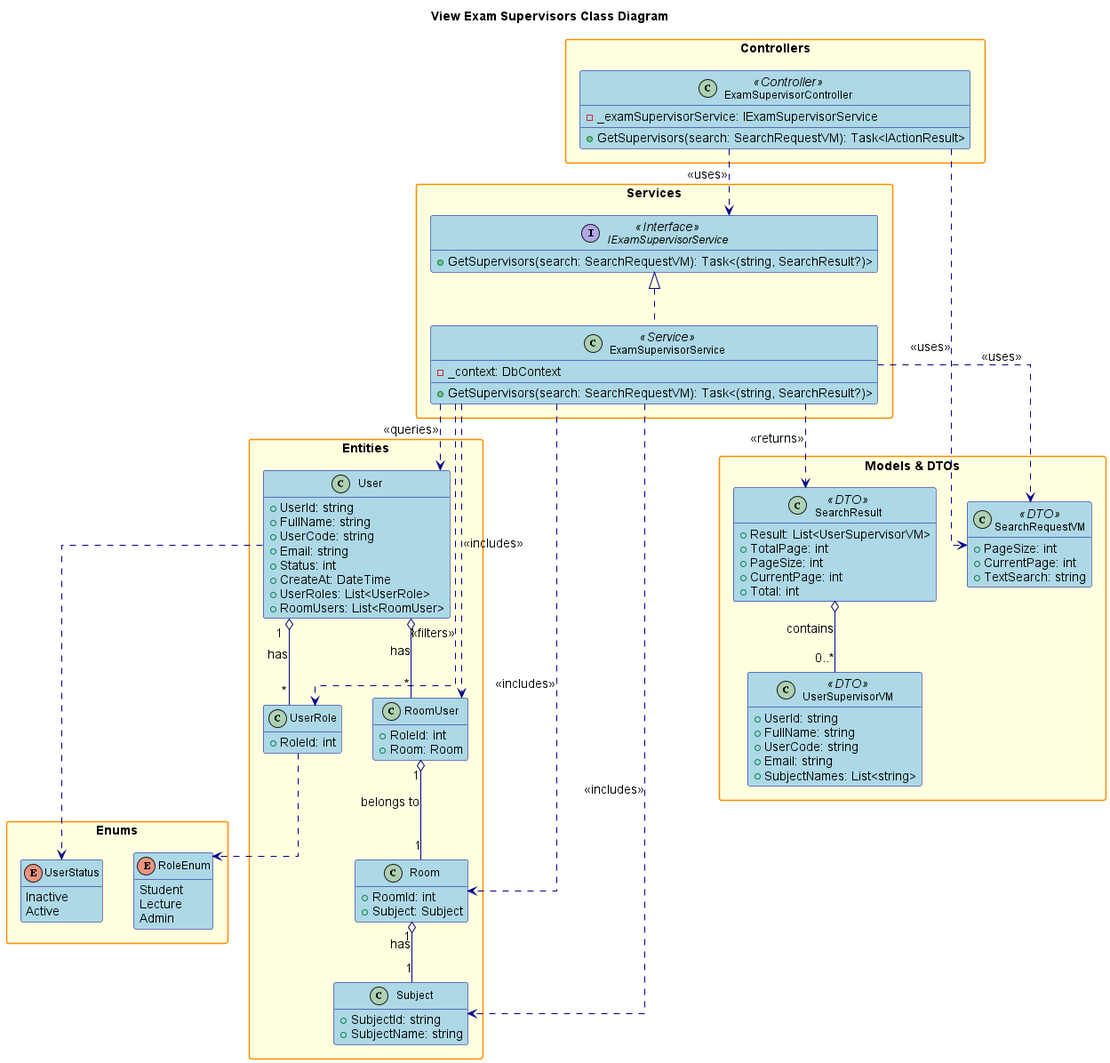
Before: design/out/viewsupervisors/viewsupervisors.png, a diagram exported from PlantUML (conghoan1211/AI-Kiosk-Testing-system).
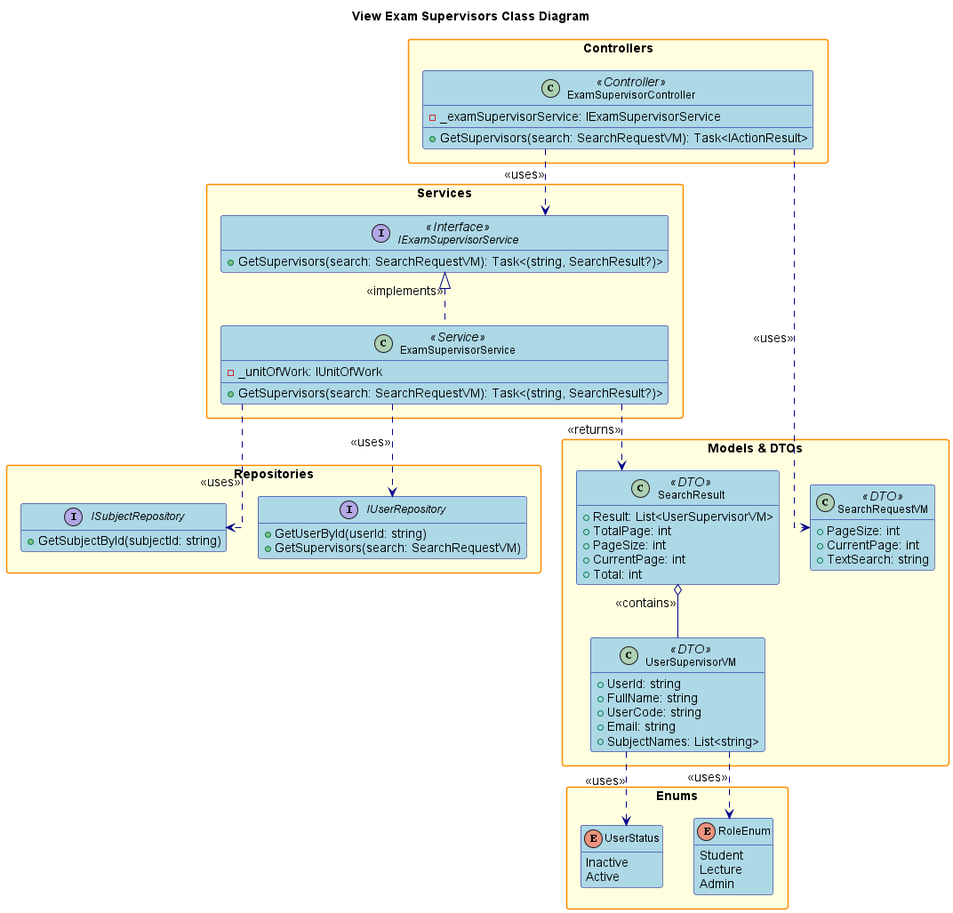
The same diagram one commit later.

What changed in the source:
```diff
@@ -1,6 +1,4 @@
 @startuml
-
-title View Exam Supervisors Class Diagram
 
 hide empty members
 skinparam packageStyle rectangle
@@ -25,7 +23,6 @@
     FontSize 14
     FontStyle bold
 }
-
 skinparam interface {
     BackgroundColor LightGreen
     BorderColor DarkGreen
@@ -37,6 +34,8 @@
     BorderColor DarkCyan
     FontSize 12
 }
+
+title View Exam Supervisors Class Diagram
 
 package "Controllers" {
     class ExamSupervisorController <<Controller>> {
@@ -50,8 +49,18 @@
         + GetSupervisors(search: SearchRequestVM): Task<(string, SearchResult?)>
     }
     class ExamSupervisorService <<Service>> {
-        - _context: DbContext
+        - _unitOfWork: IUnitOfWork
         + GetSupervisors(search: SearchRequestVM): Task<(string, SearchResult?)>
+    }
+}
+
+package "Repositories" {
+    interface IUserRepository {
+        + GetUserById(userId: string)
+        + GetSupervisors(search: SearchRequestVM)
+    }
+    interface ISubjectRepository {
+        + GetSubjectById(subjectId: string)
     }
 }
 
@@ -77,34 +86,6 @@
     }
 }
 
-package "Entities" {
-    class User {
-        + UserId: string
-        + FullName: string
-        + UserCode: string
-        + Email: string
-        + Status: int
-        + CreateAt: DateTime
-        + UserRoles: List<UserRole>
-        + RoomUsers: List<RoomUser>
-    }
-    class UserRole {
-        + RoleId: int
-    }
-    class RoomUser {
-        + RoleId: int
-        + Room: Room
-    }
-    class Room {
-        + RoomId: int
-        + Subject: Subject
-    }
-    class Subject {
-        + SubjectId: string
-        + SubjectName: string
-    }
-}
-
 package "Enums" {
     enum RoleEnum {
         Student
@@ -119,20 +100,12 @@
 
 ExamSupervisorController ..> IExamSupervisorService : <<uses>>
 ExamSupervisorController ..> SearchRequestVM : <<uses>>
-IExamSupervisorService <|.. ExamSupervisorService
-ExamSupervisorService ..> User : <<queries>>
-ExamSupervisorService ..> UserRole : <<filters>>
-ExamSupervisorService ..> RoomUser : <<includes>>
-ExamSupervisorService ..> Room : <<includes>>
-ExamSupervisorService ..> Subject : <<includes>>
+IExamSupervisorService <|.. ExamSupervisorService : <<implements>>
+ExamSupervisorService ..> IUserRepository : <<uses>>
+ExamSupervisorService ..> ISubjectRepository : <<uses>>
 ExamSupervisorService ..> SearchResult : <<returns>>
-ExamSupervisorService ..> SearchRequestVM : <<uses>>
-SearchResult o-- "0..*" UserSupervisorVM : contains
-User "1" o-- "*" UserRole : has
-User "1" o-- "*" RoomUser : has
-RoomUser "1" o-- "1" Room : belongs to
-Room "1" o-- "1" Subject : has
-UserRole ..> RoleEnum
-User ..> UserStatus
+SearchResult o-- UserSupervisorVM : <<contains>>
+UserSupervisorVM ..> RoleEnum : <<uses>>
+UserSupervisorVM ..> UserStatus : <<uses>>
 
 @enduml
```
